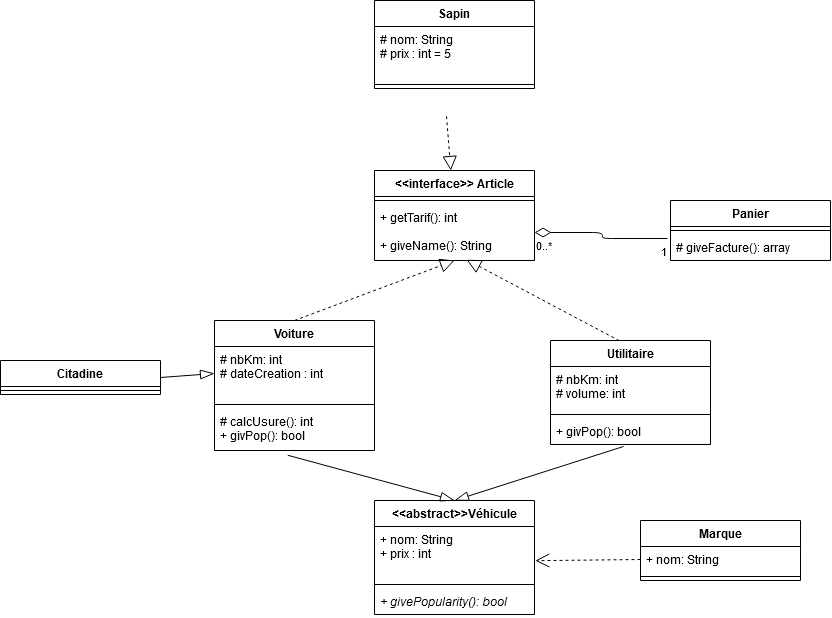
Before: docs/diag.png, a diagram exported from draw.io (TheoRagot/garage). Source tidied: cells renumbered, new cells last; positions are measured from the earlier drawing's top-left corner, leaving out a move shared by most shapes. Its diagram source:
```xml
<mxGraphModel>
  <root>
    <mxCell id="0" />
    <mxCell id="1" parent="0" />
    <mxCell id="2" value="&lt;&lt;interface&gt;&gt; Article" style="swimlane;fontStyle=1;align=center;verticalAlign=top;horizontal=1;startSize=26;" parent="1" vertex="1">
      <mxGeometry x="374" y="170" width="160" height="90" as="geometry" />
    </mxCell>
    <mxCell id="3" style="line;strokeWidth=1;fillColor=none;align=left;verticalAlign=middle;spacingTop=-1;spacingLeft=3;spacingRight=3;labelPosition=right;" parent="2" vertex="1">
      <mxGeometry y="26" width="160" height="8" as="geometry" />
    </mxCell>
    <mxCell id="4" value="+ getTarif(): int&#10;&#10;+ giveName(): String&#10;" style="text;strokeColor=none;fillColor=none;align=left;verticalAlign=top;spacingLeft=4;spacingRight=4;overflow=hidden;points=[[0,0.5],[1,0.5]];portConstraint=eastwest;fontStyle=0;" parent="2" vertex="1">
      <mxGeometry y="34" width="160" height="56" as="geometry" />
    </mxCell>
    <mxCell id="5" value="Marque" style="swimlane;fontStyle=1;align=center;verticalAlign=top;horizontal=1;startSize=26;" parent="1" vertex="1">
      <mxGeometry x="640" y="520" width="160" height="60" as="geometry" />
    </mxCell>
    <mxCell id="6" value="+ nom: String" style="text;strokeColor=none;fillColor=none;align=left;verticalAlign=top;spacingLeft=4;spacingRight=4;overflow=hidden;points=[[0,0.5],[1,0.5]];portConstraint=eastwest;" parent="5" vertex="1">
      <mxGeometry y="26" width="160" height="26" as="geometry" />
    </mxCell>
    <mxCell id="7" style="line;strokeWidth=1;fillColor=none;align=left;verticalAlign=middle;spacingTop=-1;spacingLeft=3;spacingRight=3;labelPosition=right;" parent="5" vertex="1">
      <mxGeometry y="52" width="160" height="8" as="geometry" />
    </mxCell>
    <mxCell id="8" value="&lt;&lt;abstract&gt;&gt;Véhicule" style="swimlane;fontStyle=1;align=center;verticalAlign=top;horizontal=1;startSize=26;" parent="1" vertex="1">
      <mxGeometry x="374" y="500" width="160" height="114" as="geometry" />
    </mxCell>
    <mxCell id="9" value="+ nom: String&#10;+ prix : int&#10;" style="text;strokeColor=none;fillColor=none;align=left;verticalAlign=top;spacingLeft=4;spacingRight=4;overflow=hidden;points=[[0,0.5],[1,0.5]];portConstraint=eastwest;" parent="8" vertex="1">
      <mxGeometry y="26" width="160" height="54" as="geometry" />
    </mxCell>
    <mxCell id="10" style="line;strokeWidth=1;fillColor=none;align=left;verticalAlign=middle;spacingTop=-1;spacingLeft=3;spacingRight=3;labelPosition=right;" parent="8" vertex="1">
      <mxGeometry y="80" width="160" height="8" as="geometry" />
    </mxCell>
    <mxCell id="11" value="+ givePopularity(): bool" style="text;strokeColor=none;fillColor=none;align=left;verticalAlign=top;spacingLeft=4;spacingRight=4;overflow=hidden;fontStyle=2;" parent="8" vertex="1">
      <mxGeometry y="88" width="160" height="26" as="geometry" />
    </mxCell>
    <mxCell id="12" value="Voiture" style="swimlane;fontStyle=1;align=center;verticalAlign=top;horizontal=1;startSize=26;" parent="1" vertex="1">
      <mxGeometry x="214" y="320" width="160" height="130" as="geometry" />
    </mxCell>
    <mxCell id="13" value="# nbKm: int&#10;# dateCreation : int&#10;" style="text;strokeColor=none;fillColor=none;align=left;verticalAlign=top;spacingLeft=4;spacingRight=4;overflow=hidden;points=[[0,0.5],[1,0.5]];portConstraint=eastwest;" parent="12" vertex="1">
      <mxGeometry y="26" width="160" height="54" as="geometry" />
    </mxCell>
    <mxCell id="14" style="line;strokeWidth=1;fillColor=none;align=left;verticalAlign=middle;spacingTop=-1;spacingLeft=3;spacingRight=3;labelPosition=right;" parent="12" vertex="1">
      <mxGeometry y="80" width="160" height="8" as="geometry" />
    </mxCell>
    <mxCell id="15" value="# calcUsure(): int&#10;+ givPop(): bool&#10;&#10;&#10;" style="text;strokeColor=none;fillColor=none;align=left;verticalAlign=top;spacingLeft=4;spacingRight=4;overflow=hidden;points=[[0,0.5],[1,0.5]];portConstraint=eastwest;fontStyle=0;" parent="12" vertex="1">
      <mxGeometry y="88" width="160" height="42" as="geometry" />
    </mxCell>
    <mxCell id="16" value="Citadine" style="swimlane;fontStyle=1;align=center;verticalAlign=top;horizontal=1;startSize=26;" parent="1" vertex="1">
      <mxGeometry y="360" width="160" height="34" as="geometry" />
    </mxCell>
    <mxCell id="17" style="line;strokeWidth=1;fillColor=none;align=left;verticalAlign=middle;spacingTop=-1;spacingLeft=3;spacingRight=3;labelPosition=right;" parent="16" vertex="1">
      <mxGeometry y="26" width="160" height="8" as="geometry" />
    </mxCell>
    <mxCell id="18" value="Sapin" style="swimlane;fontStyle=1;align=center;verticalAlign=top;horizontal=1;startSize=26;" parent="1" vertex="1">
      <mxGeometry x="374" width="160" height="88" as="geometry" />
    </mxCell>
    <mxCell id="19" value="# nom: String&#10;# prix : int = 5&#10;" style="text;strokeColor=none;fillColor=none;align=left;verticalAlign=top;spacingLeft=4;spacingRight=4;overflow=hidden;" parent="18" vertex="1">
      <mxGeometry y="26" width="160" height="54" as="geometry" />
    </mxCell>
    <mxCell id="20" style="line;strokeWidth=1;fillColor=none;align=left;verticalAlign=middle;spacingTop=-1;spacingLeft=3;spacingRight=3;labelPosition=right;" parent="18" vertex="1">
      <mxGeometry y="80" width="160" height="8" as="geometry" />
    </mxCell>
    <mxCell id="21" value="Panier" style="swimlane;fontStyle=1;align=center;verticalAlign=top;horizontal=1;startSize=26;" parent="1" vertex="1">
      <mxGeometry x="670" y="200" width="160" height="60" as="geometry" />
    </mxCell>
    <mxCell id="22" style="line;strokeWidth=1;fillColor=none;align=left;verticalAlign=middle;spacingTop=-1;spacingLeft=3;spacingRight=3;labelPosition=right;" parent="21" vertex="1">
      <mxGeometry y="26" width="160" height="8" as="geometry" />
    </mxCell>
    <mxCell id="23" value="# giveFacture(): array" style="text;strokeColor=none;fillColor=none;align=left;verticalAlign=top;spacingLeft=4;spacingRight=4;overflow=hidden;points=[[0,0.5],[1,0.5]];portConstraint=eastwest;fontStyle=0;" parent="21" vertex="1">
      <mxGeometry y="34" width="160" height="26" as="geometry" />
    </mxCell>
    <mxCell id="24" style="endArrow=none;html=1;endSize=12;startArrow=diamondThin;startSize=14;startFill=0;edgeStyle=orthogonalEdgeStyle;endFill=0;exitX=1;exitY=0.5;exitDx=0;exitDy=0;entryX=-0.019;entryY=0.154;entryDx=0;entryDy=0;entryPerimeter=0;" parent="1" edge="1" source="4" target="23">
      <mxGeometry relative="1" as="geometry" />
    </mxCell>
    <mxCell id="25" value="0..*" style="edgeLabel;html=1;align=left;verticalAlign=top;" parent="24" vertex="1">
      <mxGeometry x="-1" relative="1" as="geometry" />
    </mxCell>
    <mxCell id="26" value="1" style="edgeLabel;html=1;align=right;verticalAlign=top;" parent="24" vertex="1">
      <mxGeometry x="1" relative="1" as="geometry" />
    </mxCell>
    <mxCell id="27" style="endArrow=block;dashed=1;endFill=0;endSize=12;html=1;exitX=0.45;exitY=1.068;exitDx=0;exitDy=0;exitPerimeter=0;" parent="1" edge="1" target="2">
      <mxGeometry relative="1" as="geometry">
        <mxPoint x="446" y="115.8" as="sourcePoint" />
      </mxGeometry>
    </mxCell>
    <mxCell id="28" style="endArrow=open;endFill=1;endSize=12;html=1;exitX=0;exitY=0.5;exitDx=0;exitDy=0;entryX=1.005;entryY=0.633;entryDx=0;entryDy=0;entryPerimeter=0;dashed=1;" parent="1" edge="1" source="6" target="9">
      <mxGeometry relative="1" as="geometry" />
    </mxCell>
    <mxCell id="29" style="endArrow=block;dashed=1;endFill=0;endSize=12;html=1;entryX=0.5;entryY=1;entryDx=0;entryDy=0;exitX=0.5;exitY=0;exitDx=0;exitDy=0;" parent="1" edge="1" source="12" target="2">
      <mxGeometry relative="1" as="geometry" />
    </mxCell>
    <mxCell id="30" style="endArrow=block;dashed=1;endFill=0;endSize=12;html=1;exitX=0.43;exitY=0.002;exitDx=0;exitDy=0;entryX=0.576;entryY=0.987;entryDx=0;entryDy=0;entryPerimeter=0;exitPerimeter=0;" parent="1" edge="1" source="34" target="4">
      <mxGeometry relative="1" as="geometry" />
    </mxCell>
    <mxCell id="31" style="endArrow=blockThin;endFill=0;endSize=12;html=1;exitX=1;exitY=0.5;exitDx=0;exitDy=0;entryX=0;entryY=0.5;entryDx=0;entryDy=0;" parent="1" edge="1" source="16" target="13">
      <mxGeometry relative="1" as="geometry" />
    </mxCell>
    <mxCell id="32" style="endArrow=blockThin;endFill=0;endSize=12;html=1;exitX=0.458;exitY=1.113;exitDx=0;exitDy=0;exitPerimeter=0;entryX=0.5;entryY=0;entryDx=0;entryDy=0;" parent="1" edge="1" source="15" target="8">
      <mxGeometry relative="1" as="geometry" />
    </mxCell>
    <mxCell id="33" style="endArrow=blockThin;endFill=0;endSize=12;html=1;entryX=0.5;entryY=0;entryDx=0;entryDy=0;exitX=0.456;exitY=1.077;exitDx=0;exitDy=0;exitPerimeter=0;" parent="1" edge="1" source="37" target="8">
      <mxGeometry relative="1" as="geometry" />
    </mxCell>
    <mxCell id="34" value="Utilitaire" style="swimlane;fontStyle=1;align=center;verticalAlign=top;horizontal=1;startSize=26;" parent="1" vertex="1">
      <mxGeometry x="550" y="340" width="160" height="104" as="geometry" />
    </mxCell>
    <mxCell id="35" value="# nbKm: int&#10;# volume: int &#10;&#10;&#10;&#10;&#10;&#10;" style="text;strokeColor=none;fillColor=none;align=left;verticalAlign=top;spacingLeft=4;spacingRight=4;overflow=hidden;" parent="34" vertex="1">
      <mxGeometry y="26" width="160" height="44" as="geometry" />
    </mxCell>
    <mxCell id="36" style="line;strokeWidth=1;fillColor=none;align=left;verticalAlign=middle;spacingTop=-1;spacingLeft=3;spacingRight=3;labelPosition=right;" parent="34" vertex="1">
      <mxGeometry y="70" width="160" height="8" as="geometry" />
    </mxCell>
    <mxCell id="37" value="+ givPop(): bool" style="text;strokeColor=none;fillColor=none;align=left;verticalAlign=top;spacingLeft=4;spacingRight=4;overflow=hidden;points=[[0,0.5],[1,0.5]];portConstraint=eastwest;" parent="34" vertex="1">
      <mxGeometry y="78" width="160" height="26" as="geometry" />
    </mxCell>
  </root>
</mxGraphModel>
```
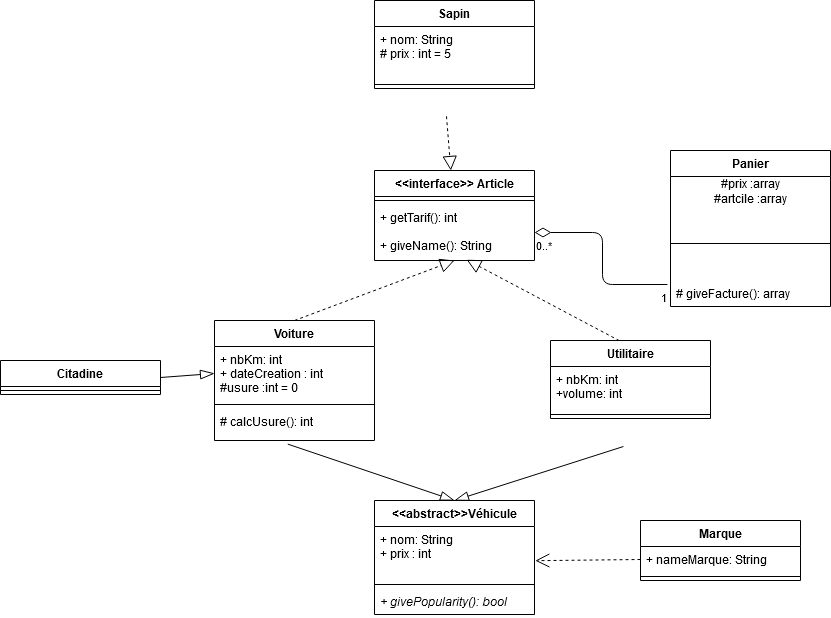
The same file after the commit.

The edit, as a diff of the source:
```diff
@@ -14,7 +14,7 @@
     <mxCell id="5" value="Marque" style="swimlane;fontStyle=1;align=center;verticalAlign=top;horizontal=1;startSize=26;" parent="1" vertex="1">
       <mxGeometry x="640" y="520" width="160" height="60" as="geometry" />
     </mxCell>
-    <mxCell id="6" value="+ nom: String" style="text;strokeColor=none;fillColor=none;align=left;verticalAlign=top;spacingLeft=4;spacingRight=4;overflow=hidden;points=[[0,0.5],[1,0.5]];portConstraint=eastwest;" parent="5" vertex="1">
+    <mxCell id="6" value="+ nameMarque: String" style="text;strokeColor=none;fillColor=none;align=left;verticalAlign=top;spacingLeft=4;spacingRight=4;overflow=hidden;points=[[0,0.5],[1,0.5]];portConstraint=eastwest;" parent="5" vertex="1">
       <mxGeometry y="26" width="160" height="26" as="geometry" />
     </mxCell>
     <mxCell id="7" style="line;strokeWidth=1;fillColor=none;align=left;verticalAlign=middle;spacingTop=-1;spacingLeft=3;spacingRight=3;labelPosition=right;" parent="5" vertex="1">
@@ -33,16 +33,16 @@
       <mxGeometry y="88" width="160" height="26" as="geometry" />
     </mxCell>
     <mxCell id="12" value="Voiture" style="swimlane;fontStyle=1;align=center;verticalAlign=top;horizontal=1;startSize=26;" parent="1" vertex="1">
-      <mxGeometry x="214" y="320" width="160" height="130" as="geometry" />
+      <mxGeometry x="214" y="320" width="160" height="120" as="geometry" />
     </mxCell>
-    <mxCell id="13" value="# nbKm: int&#10;# dateCreation : int&#10;" style="text;strokeColor=none;fillColor=none;align=left;verticalAlign=top;spacingLeft=4;spacingRight=4;overflow=hidden;points=[[0,0.5],[1,0.5]];portConstraint=eastwest;" parent="12" vertex="1">
+    <mxCell id="13" value="+ nbKm: int&#10;+ dateCreation : int&#10;#usure :int = 0&#10;&#10;" style="text;strokeColor=none;fillColor=none;align=left;verticalAlign=top;spacingLeft=4;spacingRight=4;overflow=hidden;points=[[0,0.5],[1,0.5]];portConstraint=eastwest;" parent="12" vertex="1">
       <mxGeometry y="26" width="160" height="54" as="geometry" />
     </mxCell>
     <mxCell id="14" style="line;strokeWidth=1;fillColor=none;align=left;verticalAlign=middle;spacingTop=-1;spacingLeft=3;spacingRight=3;labelPosition=right;" parent="12" vertex="1">
       <mxGeometry y="80" width="160" height="8" as="geometry" />
     </mxCell>
-    <mxCell id="15" value="# calcUsure(): int&#10;+ givPop(): bool&#10;&#10;&#10;" style="text;strokeColor=none;fillColor=none;align=left;verticalAlign=top;spacingLeft=4;spacingRight=4;overflow=hidden;points=[[0,0.5],[1,0.5]];portConstraint=eastwest;fontStyle=0;" parent="12" vertex="1">
-      <mxGeometry y="88" width="160" height="42" as="geometry" />
+    <mxCell id="15" value="# calcUsure(): int&#10;&#10;&#10;&#10;" style="text;strokeColor=none;fillColor=none;align=left;verticalAlign=top;spacingLeft=4;spacingRight=4;overflow=hidden;points=[[0,0.5],[1,0.5]];portConstraint=eastwest;fontStyle=0;" parent="12" vertex="1">
+      <mxGeometry y="88" width="160" height="32" as="geometry" />
     </mxCell>
     <mxCell id="16" value="Citadine" style="swimlane;fontStyle=1;align=center;verticalAlign=top;horizontal=1;startSize=26;" parent="1" vertex="1">
       <mxGeometry y="360" width="160" height="34" as="geometry" />
@@ -53,20 +53,23 @@
     <mxCell id="18" value="Sapin" style="swimlane;fontStyle=1;align=center;verticalAlign=top;horizontal=1;startSize=26;" parent="1" vertex="1">
       <mxGeometry x="374" width="160" height="88" as="geometry" />
     </mxCell>
-    <mxCell id="19" value="# nom: String&#10;# prix : int = 5&#10;" style="text;strokeColor=none;fillColor=none;align=left;verticalAlign=top;spacingLeft=4;spacingRight=4;overflow=hidden;" parent="18" vertex="1">
+    <mxCell id="19" value="+ nom: String&#10;# prix : int = 5&#10;" style="text;strokeColor=none;fillColor=none;align=left;verticalAlign=top;spacingLeft=4;spacingRight=4;overflow=hidden;" parent="18" vertex="1">
       <mxGeometry y="26" width="160" height="54" as="geometry" />
     </mxCell>
     <mxCell id="20" style="line;strokeWidth=1;fillColor=none;align=left;verticalAlign=middle;spacingTop=-1;spacingLeft=3;spacingRight=3;labelPosition=right;" parent="18" vertex="1">
       <mxGeometry y="80" width="160" height="8" as="geometry" />
     </mxCell>
     <mxCell id="21" value="Panier" style="swimlane;fontStyle=1;align=center;verticalAlign=top;horizontal=1;startSize=26;" parent="1" vertex="1">
-      <mxGeometry x="670" y="200" width="160" height="60" as="geometry" />
+      <mxGeometry x="670" y="150" width="160" height="156" as="geometry" />
     </mxCell>
+    <mxCell id="38" value="&lt;div&gt;#prix :array&lt;/div&gt;&lt;div&gt;#artcile :array&lt;br&gt;&lt;/div&gt;" style="text;html=1;align=center;verticalAlign=middle;" parent="21" vertex="1">
+      <mxGeometry y="26" width="160" height="30" as="geometry" />
+    </mxCell>
     <mxCell id="22" style="line;strokeWidth=1;fillColor=none;align=left;verticalAlign=middle;spacingTop=-1;spacingLeft=3;spacingRight=3;labelPosition=right;" parent="21" vertex="1">
-      <mxGeometry y="26" width="160" height="8" as="geometry" />
+      <mxGeometry y="56" width="160" height="74" as="geometry" />
     </mxCell>
     <mxCell id="23" value="# giveFacture(): array" style="text;strokeColor=none;fillColor=none;align=left;verticalAlign=top;spacingLeft=4;spacingRight=4;overflow=hidden;points=[[0,0.5],[1,0.5]];portConstraint=eastwest;fontStyle=0;" parent="21" vertex="1">
-      <mxGeometry y="34" width="160" height="26" as="geometry" />
+      <mxGeometry y="130" width="160" height="26" as="geometry" />
     </mxCell>
     <mxCell id="24" style="endArrow=none;html=1;endSize=12;startArrow=diamondThin;startSize=14;startFill=0;edgeStyle=orthogonalEdgeStyle;endFill=0;exitX=1;exitY=0.5;exitDx=0;exitDy=0;entryX=-0.019;entryY=0.154;entryDx=0;entryDy=0;entryPerimeter=0;" parent="1" edge="1" source="4" target="23">
       <mxGeometry relative="1" as="geometry" />
@@ -97,20 +100,19 @@
     <mxCell id="32" style="endArrow=blockThin;endFill=0;endSize=12;html=1;exitX=0.458;exitY=1.113;exitDx=0;exitDy=0;exitPerimeter=0;entryX=0.5;entryY=0;entryDx=0;entryDy=0;" parent="1" edge="1" source="15" target="8">
       <mxGeometry relative="1" as="geometry" />
     </mxCell>
-    <mxCell id="33" style="endArrow=blockThin;endFill=0;endSize=12;html=1;entryX=0.5;entryY=0;entryDx=0;entryDy=0;exitX=0.456;exitY=1.077;exitDx=0;exitDy=0;exitPerimeter=0;" parent="1" edge="1" source="37" target="8">
-      <mxGeometry relative="1" as="geometry" />
+    <mxCell id="33" style="endArrow=blockThin;endFill=0;endSize=12;html=1;entryX=0.5;entryY=0;entryDx=0;entryDy=0;exitX=0.456;exitY=1.077;exitDx=0;exitDy=0;exitPerimeter=0;" parent="1" edge="1" target="8">
+      <mxGeometry relative="1" as="geometry">
+        <mxPoint x="623" y="446" as="sourcePoint" />
+      </mxGeometry>
     </mxCell>
     <mxCell id="34" value="Utilitaire" style="swimlane;fontStyle=1;align=center;verticalAlign=top;horizontal=1;startSize=26;" parent="1" vertex="1">
-      <mxGeometry x="550" y="340" width="160" height="104" as="geometry" />
+      <mxGeometry x="550" y="340" width="160" height="78" as="geometry" />
     </mxCell>
-    <mxCell id="35" value="# nbKm: int&#10;# volume: int &#10;&#10;&#10;&#10;&#10;&#10;" style="text;strokeColor=none;fillColor=none;align=left;verticalAlign=top;spacingLeft=4;spacingRight=4;overflow=hidden;" parent="34" vertex="1">
+    <mxCell id="35" value="+ nbKm: int&#10;+volume: int &#10;&#10;&#10;&#10;&#10;&#10;" style="text;strokeColor=none;fillColor=none;align=left;verticalAlign=top;spacingLeft=4;spacingRight=4;overflow=hidden;" parent="34" vertex="1">
       <mxGeometry y="26" width="160" height="44" as="geometry" />
     </mxCell>
     <mxCell id="36" style="line;strokeWidth=1;fillColor=none;align=left;verticalAlign=middle;spacingTop=-1;spacingLeft=3;spacingRight=3;labelPosition=right;" parent="34" vertex="1">
       <mxGeometry y="70" width="160" height="8" as="geometry" />
     </mxCell>
-    <mxCell id="37" value="+ givPop(): bool" style="text;strokeColor=none;fillColor=none;align=left;verticalAlign=top;spacingLeft=4;spacingRight=4;overflow=hidden;points=[[0,0.5],[1,0.5]];portConstraint=eastwest;" parent="34" vertex="1">
-      <mxGeometry y="78" width="160" height="26" as="geometry" />
-    </mxCell>
   </root>
 </mxGraphModel>
```
